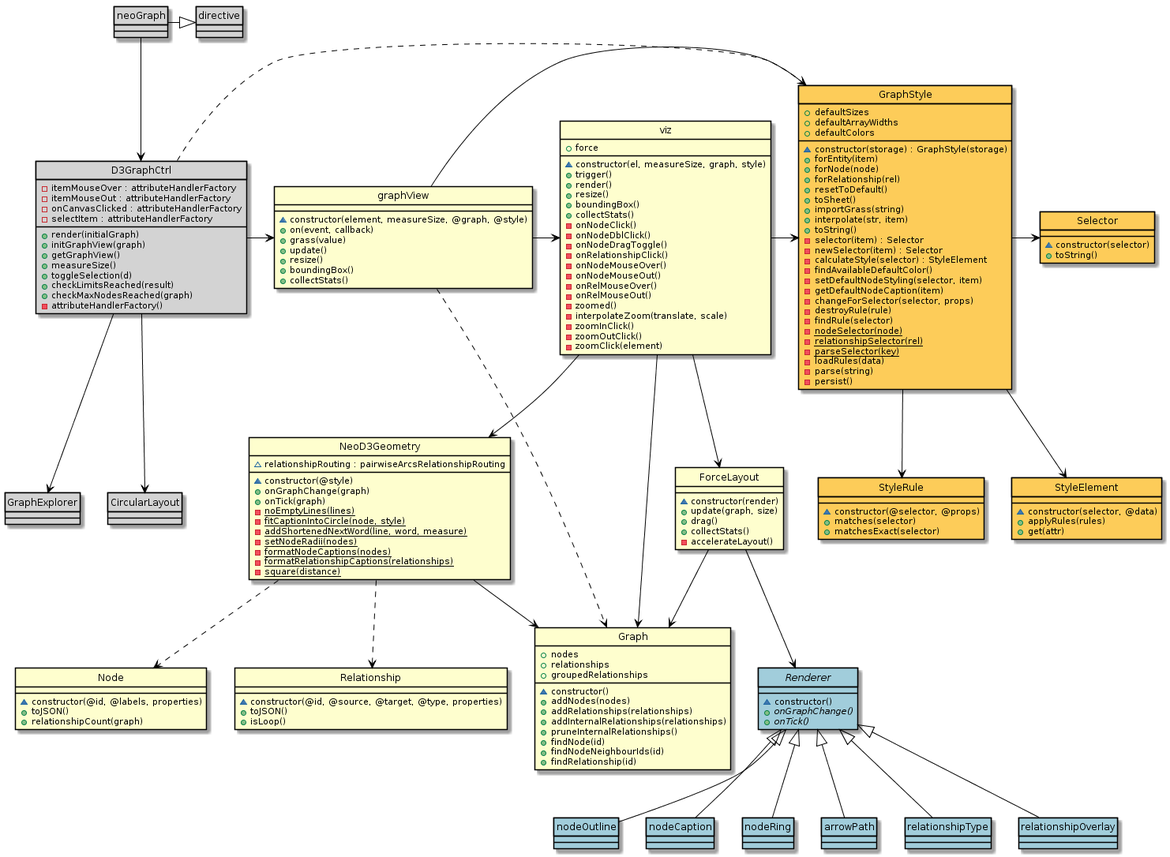
Earlier version of the PlantUML export doc/neo4j-browser.png (isleon/neo4j-browser).
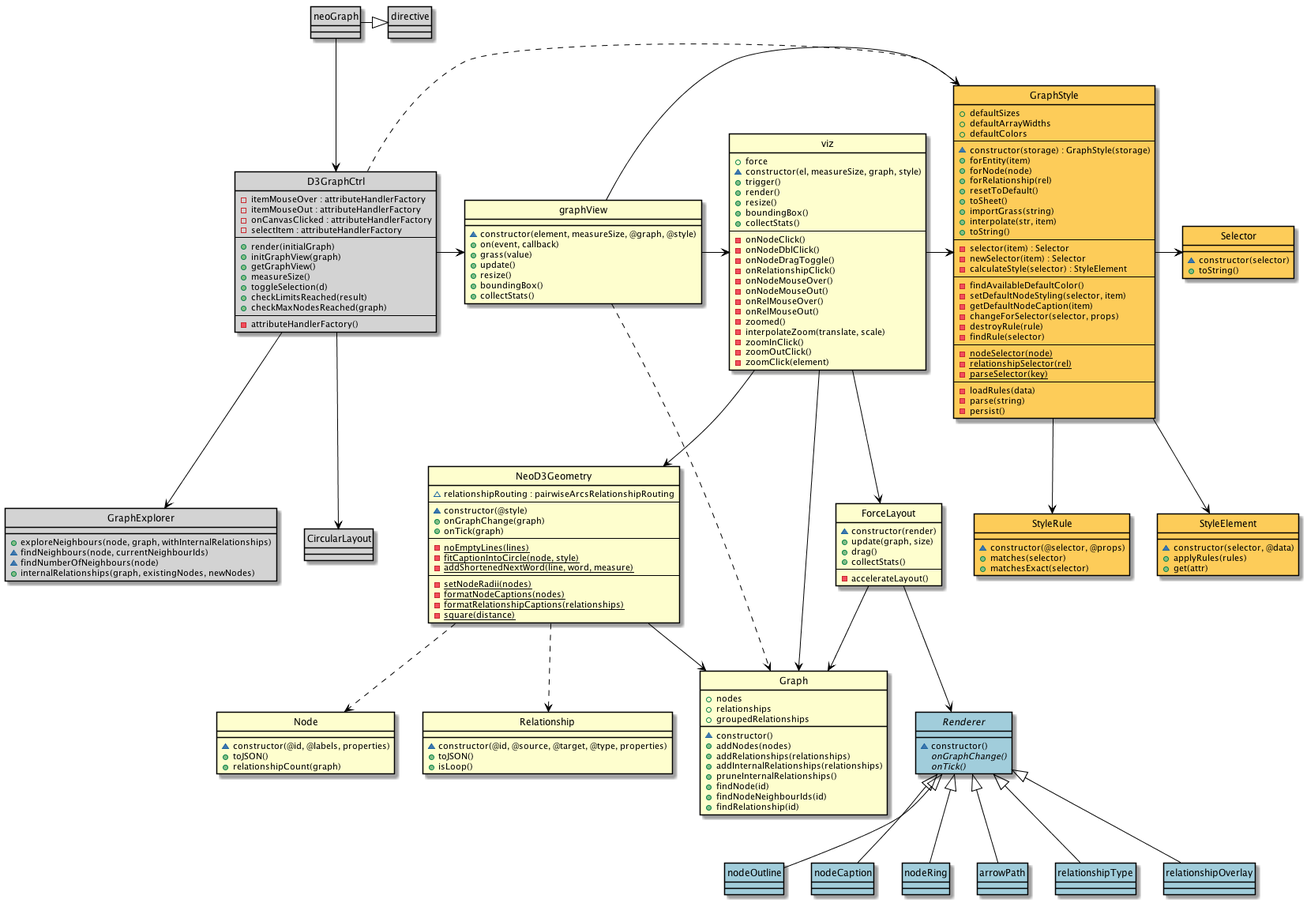
Above is the later version.

What changed in the source:
```diff
@@ -1,4 +1,5 @@
 @startuml
+
 skinparam classArrowColor Black
 skinparam classBorderColor Black
 skinparam stereotypeCBackgroundColor Gray
@@ -9,7 +10,7 @@
     -itemMouseOut : attributeHandlerFactory
     -onCanvasClicked : attributeHandlerFactory
     -selectItem : attributeHandlerFactory
-
+    --
     +render(initialGraph)
     +initGraphView(graph)
     +getGraphView()
@@ -17,7 +18,7 @@
     +toggleSelection(d)
     +checkLimitsReached(result)
     +checkMaxNodesReached(graph)
-
+    --
     -attributeHandlerFactory()
 }
 
@@ -27,6 +28,10 @@
 
 class directive #LightGray
 class GraphExplorer #LightGray {
+    +exploreNeighbours(node, graph, withInternalRelationships)
+    ~findNeighbours(node, currentNeighbourIds)
+    ~findNumberOfNeighbours(node)
+    +internalRelationships(graph, existingNodes, newNodes)
 }
 class CircularLayout #LightGray
 
@@ -59,6 +64,7 @@
     +resize()
     +boundingBox()
     +collectStats()
+    --
     -onNodeClick()
     -onNodeDblClick()
     -onNodeDragToggle()
@@ -84,24 +90,25 @@
     +update(graph, size)
     +drag()
     +collectStats()
+    --
     -accelerateLayout()
 }
 
 class NeoD3Geometry {
     ~relationshipRouting : pairwiseArcsRelationshipRouting
-
+    --
     ~constructor(@style)
     +onGraphChange(graph)
     +onTick(graph)
-
-    {static} -noEmptyLines(lines)
-    {static} -fitCaptionIntoCircle(node, style)
-    {static} -addShortenedNextWord(line, word, measure)
-
-    {static} -setNodeRadii(nodes)
-    {static} -formatNodeCaptions(nodes)
-    {static} -formatRelationshipCaptions(relationships)
-    {static} -square(distance)
+    --
+    -{static} noEmptyLines(lines)
+    -{static} fitCaptionIntoCircle(node, style)
+    -{static} addShortenedNextWord(line, word, measure)
+    --
+    -{static} setNodeRadii(nodes)
+    -{static} formatNodeCaptions(nodes)
+    -{static} formatRelationshipCaptions(relationships)
+    -{static} square(distance)
 }
 
 NeoD3Geometry --> Graph
@@ -115,7 +122,7 @@
     +defaultSizes
     +defaultArrayWidths
     +defaultColors
-
+    --
     ~constructor(storage) : GraphStyle(storage)
     +forEntity(item)
     +forNode(node)
@@ -125,22 +132,22 @@
     +importGrass(string)
     +interpolate(str, item)
     +toString()
-
+    --
     -selector(item) : Selector
     -newSelector(item) : Selector
     -calculateStyle(selector) : StyleElement
-
+    --
     -findAvailableDefaultColor()
     -setDefaultNodeStyling(selector, item)
     -getDefaultNodeCaption(item)
     -changeForSelector(selector, props)
     -destroyRule(rule)
     -findRule(selector)
-
-    {static} -nodeSelector(node)
-    {static} -relationshipSelector(rel)
-    {static} -parseSelector(key)
-
+    --
+    -{static} nodeSelector(node)
+    -{static} relationshipSelector(rel)
+    -{static} parseSelector(key)
+    --
     -loadRules(data)
     -parse(string)
     -persist()
@@ -212,4 +219,5 @@
 Renderer <|-- arrowPath
 Renderer <|-- relationshipType
 Renderer <|-- relationshipOverlay
+
 @enduml
```
